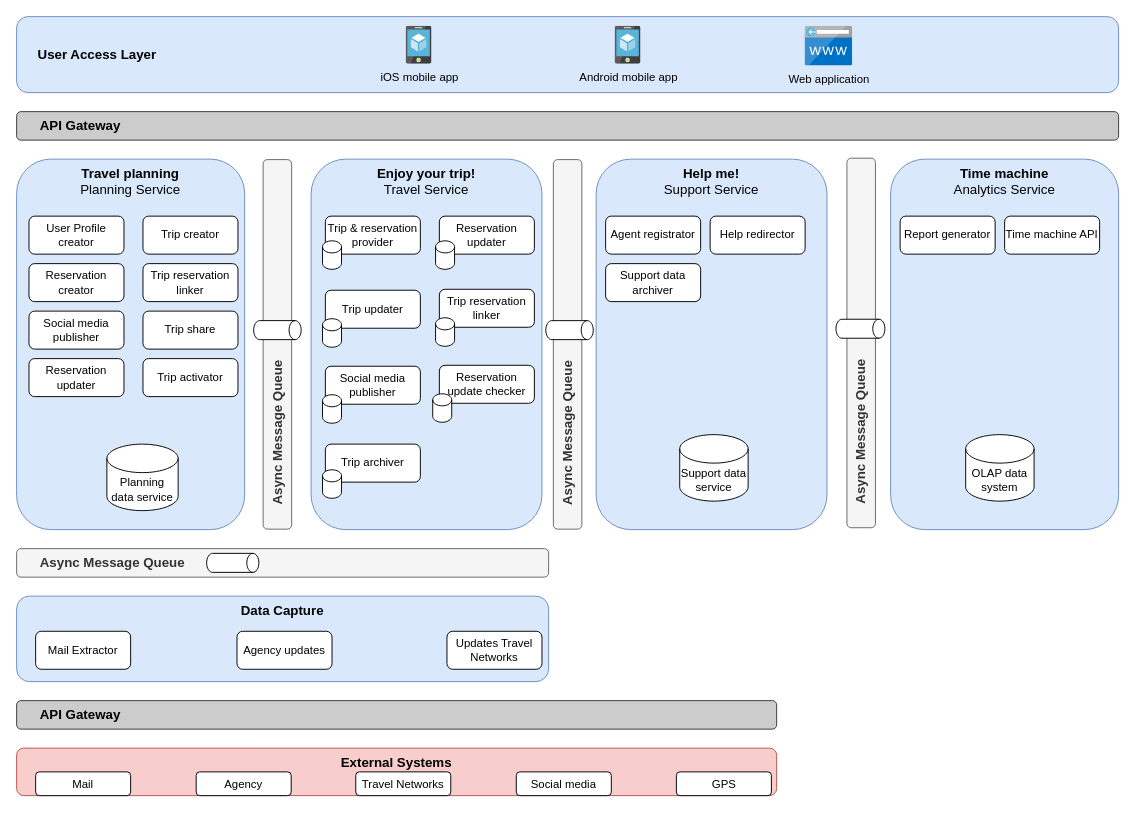
Before: page "Interaction" (2 of 4) of 02 SolutionStrategy/HighLevelComponentView.drawio in roadwarriorkata/architecture, a draw.io diagram. Source tidied: cells renumbered, new cells numbered last; positions are measured from the earlier drawing's top-left corner, leaving out a move shared by most shapes. Both pictures are drawn from the tidied source at 95%, with x=0, y=0 at pixel (16, 16).
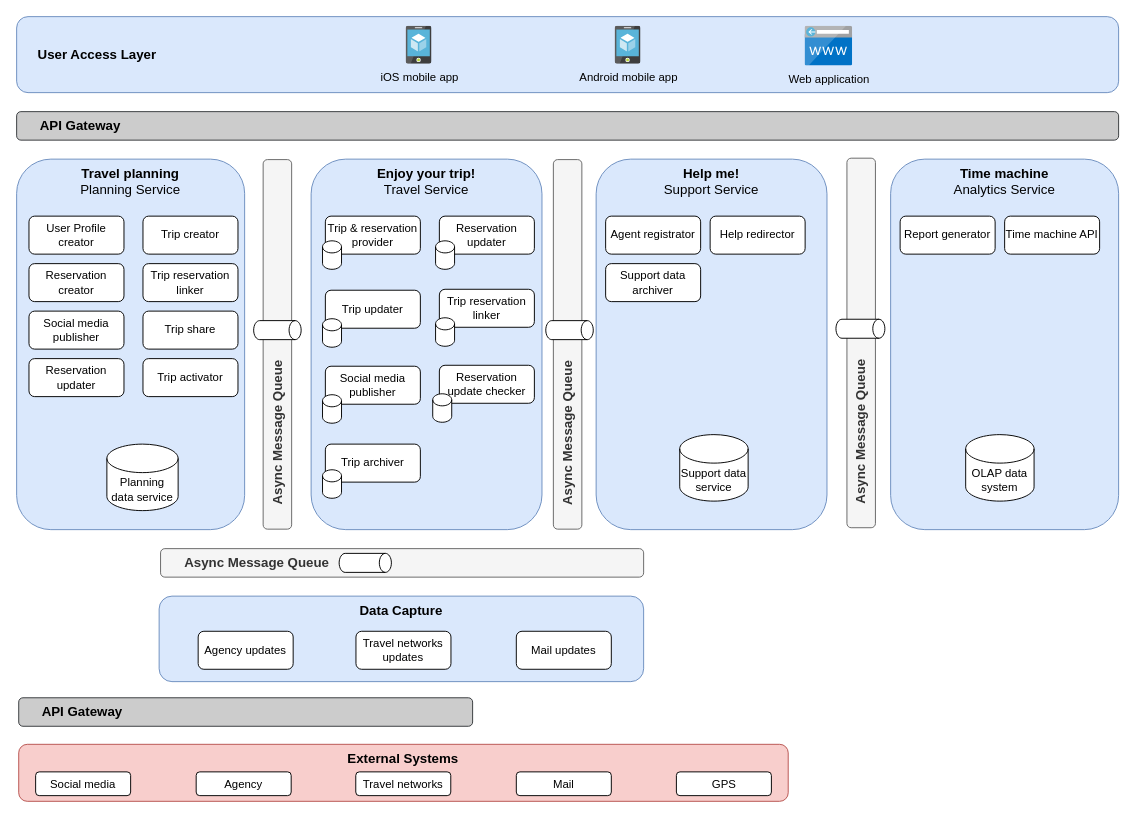
The same page after the edit.

The edit, as a diff of the source:
```diff
@@
     <mxCell id="2" value="&lt;font style=&quot;font-size: 14px;&quot;&gt;&lt;span style=&quot;font-size: 14px;&quot;&gt;&lt;b&gt;External Systems&lt;/b&gt;&lt;br&gt;&lt;/span&gt;&lt;/font&gt;" style="rounded=1;whiteSpace=wrap;html=1;verticalAlign=top;fontSize=14;fillColor=#f8cecc;strokeColor=#b85450;" parent="1" vertex="1">
-      <mxGeometry y="770" width="800" height="50" as="geometry" />
+      <mxGeometry x="2.2" y="766" width="810" height="60" as="geometry" />
     </mxCell>
@@
     <mxCell id="11" value="&lt;font style=&quot;font-size: 14px;&quot;&gt;&lt;span style=&quot;font-size: 14px;&quot;&gt;&lt;b&gt;Data Capture&lt;/b&gt;&lt;br&gt;&lt;/span&gt;&lt;/font&gt;" style="rounded=1;whiteSpace=wrap;html=1;verticalAlign=top;fontSize=14;fillColor=#dae8fc;strokeColor=#6c8ebf;" parent="1" vertex="1">
-      <mxGeometry y="610" width="560" height="90" as="geometry" />
+      <mxGeometry x="150" y="610" width="510" height="90" as="geometry" />
     </mxCell>
@@
-    <mxCell id="13" value="Mail" style="rounded=1;whiteSpace=wrap;html=1;" parent="1" vertex="1">
-      <mxGeometry x="20" y="795" width="100" height="25" as="geometry" />
-    </mxCell>
     <mxCell id="14" value="Agency updates" style="rounded=1;whiteSpace=wrap;html=1;" parent="1" vertex="1">
-      <mxGeometry x="232" y="647" width="100" height="40" as="geometry" />
+      <mxGeometry x="191.1" y="647" width="100" height="40" as="geometry" />
     </mxCell>
-    <mxCell id="15" value="Updates Travel Networks" style="rounded=1;whiteSpace=wrap;html=1;" parent="1" vertex="1">
-      <mxGeometry x="453" y="647" width="100" height="40" as="geometry" />
+    <mxCell id="15" value="Travel networks updates" style="rounded=1;whiteSpace=wrap;html=1;" parent="1" vertex="1">
+      <mxGeometry x="357.2" y="647" width="100" height="40" as="geometry" />
     </mxCell>
@@
     <mxCell id="53" value="&lt;b&gt;&lt;font style=&quot;font-size: 14px;&quot;&gt;&amp;nbsp; &amp;nbsp; &amp;nbsp; API Gateway&lt;/font&gt;&lt;/b&gt;" style="rounded=1;whiteSpace=wrap;html=1;align=left;fillColor=#CCCCCC;strokeColor=#36393d;" parent="1" vertex="1">
-      <mxGeometry y="720" width="800" height="30" as="geometry" />
+      <mxGeometry x="2.2" y="717" width="477.8" height="30" as="geometry" />
     </mxCell>
-    <mxCell id="54" value="Mail Extractor" style="rounded=1;whiteSpace=wrap;html=1;" parent="1" vertex="1">
-      <mxGeometry x="20" y="647" width="100" height="40" as="geometry" />
+    <mxCell id="54" value="Mail updates" style="rounded=1;whiteSpace=wrap;html=1;" parent="1" vertex="1">
+      <mxGeometry x="526" y="647" width="100" height="40" as="geometry" />
     </mxCell>
-    <mxCell id="55" value="Travel Networks" style="rounded=1;whiteSpace=wrap;html=1;" parent="1" vertex="1">
-      <mxGeometry x="357" y="795" width="100" height="25" as="geometry" />
-    </mxCell>
-    <mxCell id="56" value="Agency" style="rounded=1;whiteSpace=wrap;html=1;" parent="1" vertex="1">
-      <mxGeometry x="189" y="795" width="100" height="25" as="geometry" />
-    </mxCell>
     <mxCell id="57" value="&lt;b&gt;&lt;font style=&quot;font-size: 14px;&quot;&gt;&amp;nbsp; &amp;nbsp; &amp;nbsp; Async Message Queue&lt;/font&gt;&lt;/b&gt;" style="rounded=1;whiteSpace=wrap;html=1;align=left;fillColor=#f5f5f5;strokeColor=#666666;fontColor=#333333;" parent="1" vertex="1">
-      <mxGeometry y="560" width="560" height="30" as="geometry" />
+      <mxGeometry x="151.5" y="560" width="508.5" height="30" as="geometry" />
     </mxCell>
     <mxCell id="58" style="shape=cylinder3;whiteSpace=wrap;html=1;boundedLbl=1;backgroundOutline=1;size=6.352941176470495;rotation=90;" parent="1" vertex="1">
-      <mxGeometry x="217.5" y="547.5" width="20" height="55" as="geometry" />
+      <mxGeometry x="357" y="547.5" width="20" height="55" as="geometry" />
     </mxCell>
@@
+    <mxCell id="13" value="Social media" style="rounded=1;whiteSpace=wrap;html=1;" parent="1" vertex="1">
+      <mxGeometry x="20" y="795" width="100" height="25" as="geometry" />
+    </mxCell>
+    <mxCell id="55" value="Travel networks" style="rounded=1;whiteSpace=wrap;html=1;" parent="1" vertex="1">
+      <mxGeometry x="357" y="795" width="100" height="25" as="geometry" />
+    </mxCell>
+    <mxCell id="56" value="Agency" style="rounded=1;whiteSpace=wrap;html=1;" parent="1" vertex="1">
+      <mxGeometry x="189" y="795" width="100" height="25" as="geometry" />
+    </mxCell>
-    <mxCell id="65" value="Social media" style="rounded=1;whiteSpace=wrap;html=1;" parent="1" vertex="1">
+    <mxCell id="65" value="Mail" style="rounded=1;whiteSpace=wrap;html=1;" parent="1" vertex="1">
       <mxGeometry x="526" y="795" width="100" height="25" as="geometry" />
     </mxCell>
```
